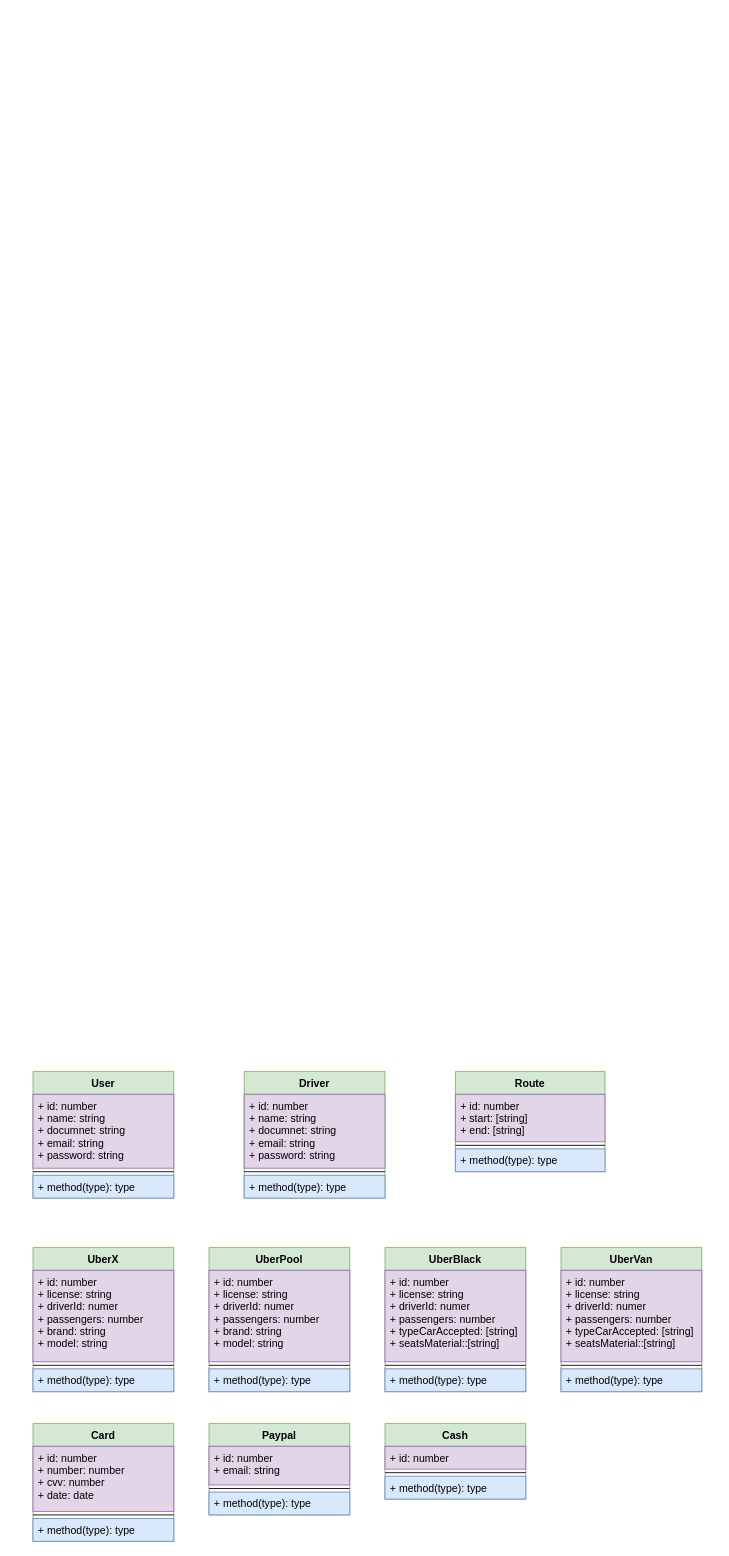
fabiandres88/TypeScript keeps this draw.io diagram as oopTutorial/Untitled Diagram.drawio. Above is the earlier version. Source tidied: cells renumbered, new cells numbered last; positions are measured from the earlier drawing's top-left corner, leaving out a move shared by most shapes. Both pictures are drawn from the tidied source at 88%, with x=0, y=0 at pixel (33, 1071).
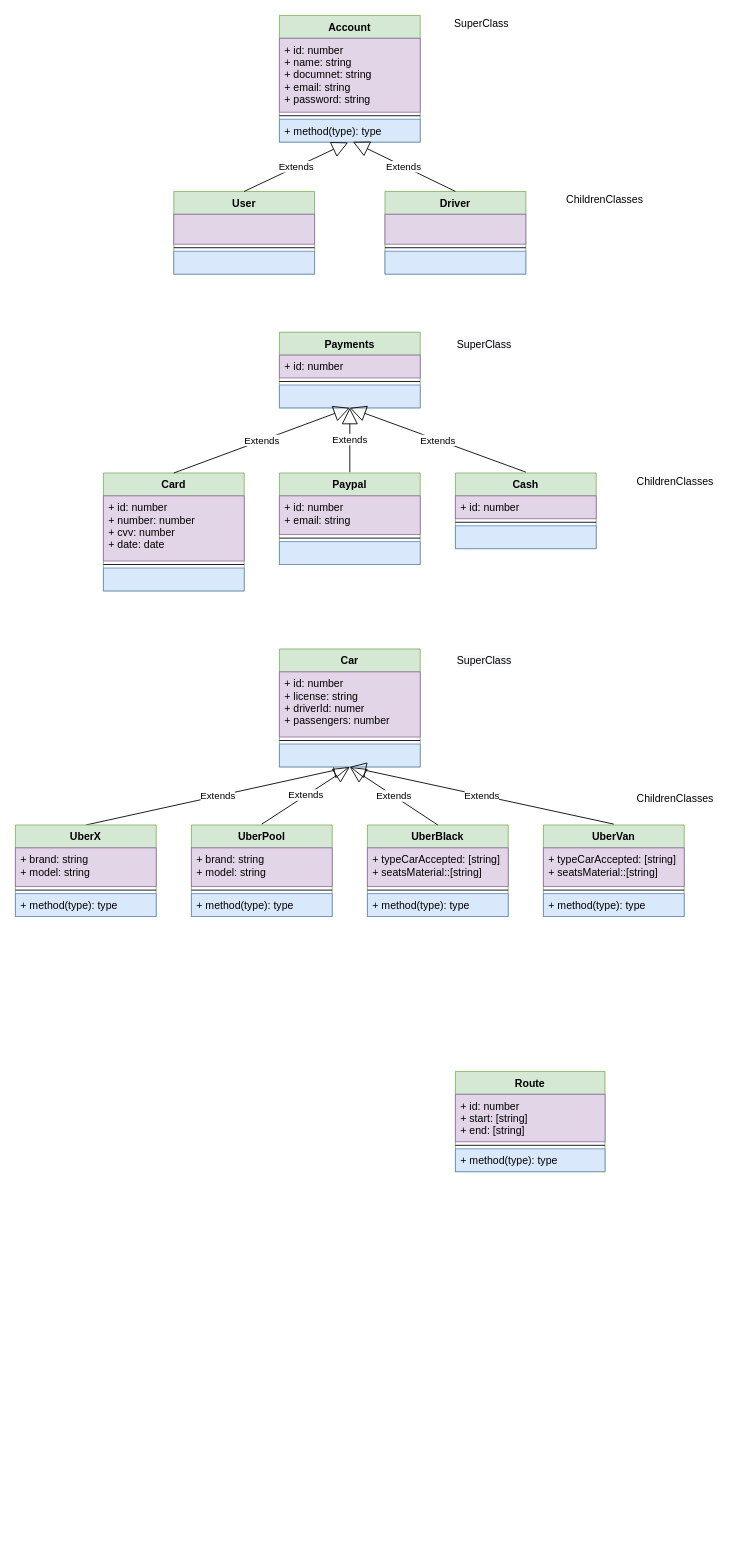
The same diagram, later.

Commit message:
feat: inheritance applied

The edit, as a diff of the source:
```diff
@@
     <mxCell id="2" value="User" style="swimlane;fontStyle=1;align=center;verticalAlign=top;horizontal=1;startSize=26;fillColor=#d5e8d4;strokeColor=#82b366;" parent="1" vertex="1">
-      <mxGeometry width="160" height="144" as="geometry" />
+      <mxGeometry x="160" y="-1000" width="160" height="94" as="geometry" />
     </mxCell>
-    <mxCell id="3" value="+ id: number&#10;+ name: string&#10;+ documnet: string&#10;+ email: string&#10;+ password: string" style="text;strokeColor=#9673a6;fillColor=#e1d5e7;align=left;verticalAlign=top;spacingLeft=4;spacingRight=4;overflow=hidden;" parent="2" vertex="1">
-      <mxGeometry y="26" width="160" height="84" as="geometry" />
+    <mxCell id="3" style="text;strokeColor=#9673a6;fillColor=#e1d5e7;align=left;verticalAlign=top;spacingLeft=4;spacingRight=4;overflow=hidden;" parent="2" vertex="1">
+      <mxGeometry y="26" width="160" height="34" as="geometry" />
     </mxCell>
     <mxCell id="4" style="line;strokeWidth=1;fillColor=none;align=left;verticalAlign=middle;spacingTop=-1;spacingLeft=3;spacingRight=3;labelPosition=right;" parent="2" vertex="1">
-      <mxGeometry y="110" width="160" height="8" as="geometry" />
+      <mxGeometry y="60" width="160" height="8" as="geometry" />
     </mxCell>
-    <mxCell id="5" value="+ method(type): type" style="text;strokeColor=#6c8ebf;fillColor=#dae8fc;align=left;verticalAlign=top;spacingLeft=4;spacingRight=4;overflow=hidden;" parent="2" vertex="1">
-      <mxGeometry y="118" width="160" height="26" as="geometry" />
+    <mxCell id="5" style="text;strokeColor=#6c8ebf;fillColor=#dae8fc;align=left;verticalAlign=top;spacingLeft=4;spacingRight=4;overflow=hidden;" parent="2" vertex="1">
+      <mxGeometry y="68" width="160" height="26" as="geometry" />
     </mxCell>
     <mxCell id="6" value="Driver" style="swimlane;fontStyle=1;align=center;verticalAlign=top;horizontal=1;startSize=26;fillColor=#d5e8d4;strokeColor=#82b366;" parent="1" vertex="1">
-      <mxGeometry x="240" width="160" height="144" as="geometry" />
+      <mxGeometry x="400" y="-1000" width="160" height="94" as="geometry" />
     </mxCell>
-    <mxCell id="7" value="+ id: number&#10;+ name: string&#10;+ documnet: string&#10;+ email: string&#10;+ password: string" style="text;strokeColor=#9673a6;fillColor=#e1d5e7;align=left;verticalAlign=top;spacingLeft=4;spacingRight=4;overflow=hidden;" parent="6" vertex="1">
-      <mxGeometry y="26" width="160" height="84" as="geometry" />
+    <mxCell id="7" style="text;strokeColor=#9673a6;fillColor=#e1d5e7;align=left;verticalAlign=top;spacingLeft=4;spacingRight=4;overflow=hidden;" parent="6" vertex="1">
+      <mxGeometry y="26" width="160" height="34" as="geometry" />
     </mxCell>
     <mxCell id="8" style="line;strokeWidth=1;fillColor=none;align=left;verticalAlign=middle;spacingTop=-1;spacingLeft=3;spacingRight=3;labelPosition=right;" parent="6" vertex="1">
-      <mxGeometry y="110" width="160" height="8" as="geometry" />
+      <mxGeometry y="60" width="160" height="8" as="geometry" />
     </mxCell>
-    <mxCell id="9" value="+ method(type): type" style="text;strokeColor=#6c8ebf;fillColor=#dae8fc;align=left;verticalAlign=top;spacingLeft=4;spacingRight=4;overflow=hidden;" parent="6" vertex="1">
-      <mxGeometry y="118" width="160" height="26" as="geometry" />
+    <mxCell id="9" style="text;strokeColor=#6c8ebf;fillColor=#dae8fc;align=left;verticalAlign=top;spacingLeft=4;spacingRight=4;overflow=hidden;" parent="6" vertex="1">
+      <mxGeometry y="68" width="160" height="26" as="geometry" />
     </mxCell>
@@
     <mxCell id="14" value="UberPool" style="swimlane;fontStyle=1;align=center;verticalAlign=top;horizontal=1;startSize=26;fillColor=#d5e8d4;strokeColor=#82b366;" parent="1" vertex="1">
-      <mxGeometry x="200" y="200" width="160" height="164" as="geometry" />
+      <mxGeometry x="180" y="-280" width="160" height="104" as="geometry" />
     </mxCell>
+    <mxCell id="42" value="Extends" style="endArrow=block;endSize=16;endFill=0;html=1;entryX=0.5;entryY=1;entryDx=0;entryDy=0;" parent="14" edge="1" target="61">
+      <mxGeometry relative="1" as="geometry">
+        <mxPoint x="-120" as="sourcePoint" />
+      </mxGeometry>
+    </mxCell>
-    <mxCell id="15" value="+ id: number&#10;+ license: string&#10;+ driverId: numer&#10;+ passengers: number&#10;+ brand: string&#10;+ model: string" style="text;strokeColor=#9673a6;fillColor=#e1d5e7;align=left;verticalAlign=top;spacingLeft=4;spacingRight=4;overflow=hidden;" parent="14" vertex="1">
-      <mxGeometry y="26" width="160" height="104" as="geometry" />
+    <mxCell id="15" value="+ brand: string&#10;+ model: string" style="text;strokeColor=#9673a6;fillColor=#e1d5e7;align=left;verticalAlign=top;spacingLeft=4;spacingRight=4;overflow=hidden;" parent="14" vertex="1">
+      <mxGeometry y="26" width="160" height="44" as="geometry" />
     </mxCell>
     <mxCell id="16" style="line;strokeWidth=1;fillColor=none;align=left;verticalAlign=middle;spacingTop=-1;spacingLeft=3;spacingRight=3;labelPosition=right;" parent="14" vertex="1">
-      <mxGeometry y="130" width="160" height="8" as="geometry" />
+      <mxGeometry y="70" width="160" height="8" as="geometry" />
     </mxCell>
     <mxCell id="17" value="+ method(type): type" style="text;strokeColor=#6c8ebf;fillColor=#dae8fc;align=left;verticalAlign=top;spacingLeft=4;spacingRight=4;overflow=hidden;" parent="14" vertex="1">
-      <mxGeometry y="138" width="160" height="26" as="geometry" />
+      <mxGeometry y="78" width="160" height="26" as="geometry" />
     </mxCell>
     <mxCell id="18" value="UberX" style="swimlane;fontStyle=1;align=center;verticalAlign=top;horizontal=1;startSize=26;fillColor=#d5e8d4;strokeColor=#82b366;" parent="1" vertex="1">
-      <mxGeometry y="200" width="160" height="164" as="geometry" />
+      <mxGeometry x="-20" y="-280" width="160" height="104" as="geometry" />
     </mxCell>
-    <mxCell id="19" value="+ id: number&#10;+ license: string&#10;+ driverId: numer&#10;+ passengers: number&#10;+ brand: string&#10;+ model: string" style="text;strokeColor=#9673a6;fillColor=#e1d5e7;align=left;verticalAlign=top;spacingLeft=4;spacingRight=4;overflow=hidden;" parent="18" vertex="1">
-      <mxGeometry y="26" width="160" height="104" as="geometry" />
+    <mxCell id="19" value="+ brand: string&#10;+ model: string" style="text;strokeColor=#9673a6;fillColor=#e1d5e7;align=left;verticalAlign=top;spacingLeft=4;spacingRight=4;overflow=hidden;" parent="18" vertex="1">
+      <mxGeometry y="26" width="160" height="44" as="geometry" />
     </mxCell>
     <mxCell id="20" style="line;strokeWidth=1;fillColor=none;align=left;verticalAlign=middle;spacingTop=-1;spacingLeft=3;spacingRight=3;labelPosition=right;" parent="18" vertex="1">
-      <mxGeometry y="130" width="160" height="8" as="geometry" />
+      <mxGeometry y="70" width="160" height="8" as="geometry" />
     </mxCell>
     <mxCell id="21" value="+ method(type): type" style="text;strokeColor=#6c8ebf;fillColor=#dae8fc;align=left;verticalAlign=top;spacingLeft=4;spacingRight=4;overflow=hidden;" parent="18" vertex="1">
-      <mxGeometry y="138" width="160" height="26" as="geometry" />
+      <mxGeometry y="78" width="160" height="26" as="geometry" />
     </mxCell>
     <mxCell id="22" value="UberBlack" style="swimlane;fontStyle=1;align=center;verticalAlign=top;horizontal=1;startSize=26;fillColor=#d5e8d4;strokeColor=#82b366;" parent="1" vertex="1">
-      <mxGeometry x="400" y="200" width="160" height="164" as="geometry" />
+      <mxGeometry x="380" y="-280" width="160" height="104" as="geometry" />
     </mxCell>
-    <mxCell id="23" value="+ id: number&#10;+ license: string&#10;+ driverId: numer&#10;+ passengers: number&#10;+ typeCarAccepted: [string]&#10;+ seatsMaterial::[string]&#10;" style="text;strokeColor=#9673a6;fillColor=#e1d5e7;align=left;verticalAlign=top;spacingLeft=4;spacingRight=4;overflow=hidden;" parent="22" vertex="1">
-      <mxGeometry y="26" width="160" height="104" as="geometry" />
+    <mxCell id="23" value="+ typeCarAccepted: [string]&#10;+ seatsMaterial::[string]&#10;" style="text;strokeColor=#9673a6;fillColor=#e1d5e7;align=left;verticalAlign=top;spacingLeft=4;spacingRight=4;overflow=hidden;" parent="22" vertex="1">
+      <mxGeometry y="26" width="160" height="44" as="geometry" />
     </mxCell>
     <mxCell id="24" style="line;strokeWidth=1;fillColor=none;align=left;verticalAlign=middle;spacingTop=-1;spacingLeft=3;spacingRight=3;labelPosition=right;" parent="22" vertex="1">
-      <mxGeometry y="130" width="160" height="8" as="geometry" />
+      <mxGeometry y="70" width="160" height="8" as="geometry" />
     </mxCell>
     <mxCell id="25" value="+ method(type): type" style="text;strokeColor=#6c8ebf;fillColor=#dae8fc;align=left;verticalAlign=top;spacingLeft=4;spacingRight=4;overflow=hidden;" parent="22" vertex="1">
-      <mxGeometry y="138" width="160" height="26" as="geometry" />
+      <mxGeometry y="78" width="160" height="26" as="geometry" />
     </mxCell>
     <mxCell id="26" value="UberVan" style="swimlane;fontStyle=1;align=center;verticalAlign=top;horizontal=1;startSize=26;fillColor=#d5e8d4;strokeColor=#82b366;" parent="1" vertex="1">
-      <mxGeometry x="600" y="200" width="160" height="164" as="geometry" />
+      <mxGeometry x="580" y="-280" width="160" height="104" as="geometry" />
     </mxCell>
+    <mxCell id="43" value="Extends" style="endArrow=block;endSize=16;endFill=0;html=1;entryX=0.5;entryY=1;entryDx=0;entryDy=0;" parent="26" edge="1" target="61">
+      <mxGeometry relative="1" as="geometry">
+        <mxPoint x="-120" as="sourcePoint" />
+      </mxGeometry>
+    </mxCell>
-    <mxCell id="27" value="+ id: number&#10;+ license: string&#10;+ driverId: numer&#10;+ passengers: number&#10;+ typeCarAccepted: [string]&#10;+ seatsMaterial::[string]&#10;" style="text;strokeColor=#9673a6;fillColor=#e1d5e7;align=left;verticalAlign=top;spacingLeft=4;spacingRight=4;overflow=hidden;" parent="26" vertex="1">
-      <mxGeometry y="26" width="160" height="104" as="geometry" />
+    <mxCell id="27" value="+ typeCarAccepted: [string]&#10;+ seatsMaterial::[string]&#10;" style="text;strokeColor=#9673a6;fillColor=#e1d5e7;align=left;verticalAlign=top;spacingLeft=4;spacingRight=4;overflow=hidden;" parent="26" vertex="1">
+      <mxGeometry y="26" width="160" height="44" as="geometry" />
     </mxCell>
     <mxCell id="28" style="line;strokeWidth=1;fillColor=none;align=left;verticalAlign=middle;spacingTop=-1;spacingLeft=3;spacingRight=3;labelPosition=right;" parent="26" vertex="1">
-      <mxGeometry y="130" width="160" height="8" as="geometry" />
+      <mxGeometry y="70" width="160" height="8" as="geometry" />
     </mxCell>
     <mxCell id="29" value="+ method(type): type" style="text;strokeColor=#6c8ebf;fillColor=#dae8fc;align=left;verticalAlign=top;spacingLeft=4;spacingRight=4;overflow=hidden;" parent="26" vertex="1">
-      <mxGeometry y="138" width="160" height="26" as="geometry" />
+      <mxGeometry y="78" width="160" height="26" as="geometry" />
     </mxCell>
     <mxCell id="30" value="Card" style="swimlane;fontStyle=1;align=center;verticalAlign=top;horizontal=1;startSize=26;fillColor=#d5e8d4;strokeColor=#82b366;" parent="1" vertex="1">
-      <mxGeometry y="400" width="160" height="134" as="geometry" />
+      <mxGeometry x="80" y="-680" width="160" height="134" as="geometry" />
     </mxCell>
@@
-    <mxCell id="33" value="+ method(type): type" style="text;strokeColor=#6c8ebf;fillColor=#dae8fc;align=left;verticalAlign=top;spacingLeft=4;spacingRight=4;overflow=hidden;" parent="30" vertex="1">
+    <mxCell id="33" style="text;strokeColor=#6c8ebf;fillColor=#dae8fc;align=left;verticalAlign=top;spacingLeft=4;spacingRight=4;overflow=hidden;" parent="30" vertex="1">
       <mxGeometry y="108" width="160" height="26" as="geometry" />
     </mxCell>
     <mxCell id="34" value="Paypal" style="swimlane;fontStyle=1;align=center;verticalAlign=top;horizontal=1;startSize=26;fillColor=#d5e8d4;strokeColor=#82b366;" parent="1" vertex="1">
-      <mxGeometry x="200" y="400" width="160" height="104" as="geometry" />
+      <mxGeometry x="280" y="-680" width="160" height="104" as="geometry" />
     </mxCell>
@@
-    <mxCell id="37" value="+ method(type): type" style="text;strokeColor=#6c8ebf;fillColor=#dae8fc;align=left;verticalAlign=top;spacingLeft=4;spacingRight=4;overflow=hidden;" parent="34" vertex="1">
+    <mxCell id="37" style="text;strokeColor=#6c8ebf;fillColor=#dae8fc;align=left;verticalAlign=top;spacingLeft=4;spacingRight=4;overflow=hidden;" parent="34" vertex="1">
       <mxGeometry y="78" width="160" height="26" as="geometry" />
     </mxCell>
     <mxCell id="38" value="Cash" style="swimlane;fontStyle=1;align=center;verticalAlign=top;horizontal=1;startSize=26;fillColor=#d5e8d4;strokeColor=#82b366;" parent="1" vertex="1">
-      <mxGeometry x="400" y="400" width="160" height="86" as="geometry" />
+      <mxGeometry x="480" y="-680" width="160" height="86" as="geometry" />
     </mxCell>
@@
-    <mxCell id="41" value="+ method(type): type" style="text;strokeColor=#6c8ebf;fillColor=#dae8fc;align=left;verticalAlign=top;spacingLeft=4;spacingRight=4;overflow=hidden;" parent="38" vertex="1">
+    <mxCell id="41" style="text;strokeColor=#6c8ebf;fillColor=#dae8fc;align=left;verticalAlign=top;spacingLeft=4;spacingRight=4;overflow=hidden;" parent="38" vertex="1">
       <mxGeometry y="60" width="160" height="26" as="geometry" />
     </mxCell>
+    <mxCell id="44" value="Account" style="swimlane;fontStyle=1;align=center;verticalAlign=top;horizontal=1;startSize=26;fillColor=#d5e8d4;strokeColor=#82b366;" parent="1" vertex="1">
+      <mxGeometry x="280" y="-1200" width="160" height="144" as="geometry" />
+    </mxCell>
+    <mxCell id="45" value="+ id: number&#10;+ name: string&#10;+ documnet: string&#10;+ email: string&#10;+ password: string" style="text;strokeColor=#9673a6;fillColor=#e1d5e7;align=left;verticalAlign=top;spacingLeft=4;spacingRight=4;overflow=hidden;" parent="44" vertex="1">
+      <mxGeometry y="26" width="160" height="84" as="geometry" />
+    </mxCell>
+    <mxCell id="46" style="line;strokeWidth=1;fillColor=none;align=left;verticalAlign=middle;spacingTop=-1;spacingLeft=3;spacingRight=3;labelPosition=right;" parent="44" vertex="1">
+      <mxGeometry y="110" width="160" height="8" as="geometry" />
+    </mxCell>
+    <mxCell id="47" value="+ method(type): type" style="text;strokeColor=#6c8ebf;fillColor=#dae8fc;align=left;verticalAlign=top;spacingLeft=4;spacingRight=4;overflow=hidden;points=[[0,0.5],[1,0.5]];portConstraint=eastwest;" parent="44" vertex="1">
+      <mxGeometry y="118" width="160" height="26" as="geometry" />
+    </mxCell>
+    <mxCell id="48" value="Extends" style="endArrow=block;endSize=16;endFill=0;html=1;exitX=0.5;exitY=0;exitDx=0;exitDy=0;entryX=0.488;entryY=1.015;entryDx=0;entryDy=0;entryPerimeter=0;" parent="1" edge="1" source="2" target="47">
+      <mxGeometry relative="1" as="geometry" />
+    </mxCell>
+    <mxCell id="49" value="Extends" style="endArrow=block;endSize=16;endFill=0;html=1;exitX=0.5;exitY=0;exitDx=0;exitDy=0;entryX=0.522;entryY=0.985;entryDx=0;entryDy=0;entryPerimeter=0;" parent="1" edge="1" source="6" target="47">
+      <mxGeometry relative="1" as="geometry" />
+    </mxCell>
+    <mxCell id="50" value="Payments" style="swimlane;fontStyle=1;align=center;verticalAlign=top;horizontal=1;startSize=26;fillColor=#d5e8d4;strokeColor=#82b366;" parent="1" vertex="1">
+      <mxGeometry x="280" y="-840" width="160" height="86" as="geometry" />
+    </mxCell>
+    <mxCell id="51" value="+ id: number" style="text;strokeColor=#9673a6;fillColor=#e1d5e7;align=left;verticalAlign=top;spacingLeft=4;spacingRight=4;overflow=hidden;" parent="50" vertex="1">
+      <mxGeometry y="26" width="160" height="26" as="geometry" />
+    </mxCell>
+    <mxCell id="52" style="line;strokeWidth=1;fillColor=none;align=left;verticalAlign=middle;spacingTop=-1;spacingLeft=3;spacingRight=3;labelPosition=right;" parent="50" vertex="1">
+      <mxGeometry y="52" width="160" height="8" as="geometry" />
+    </mxCell>
+    <mxCell id="53" style="text;strokeColor=#6c8ebf;fillColor=#dae8fc;align=left;verticalAlign=top;spacingLeft=4;spacingRight=4;overflow=hidden;" parent="50" vertex="1">
+      <mxGeometry y="60" width="160" height="26" as="geometry" />
+    </mxCell>
+    <mxCell id="54" value="Extends" style="endArrow=block;endSize=16;endFill=0;html=1;entryX=0.5;entryY=1;entryDx=0;entryDy=0;" parent="1" edge="1" target="50">
+      <mxGeometry relative="1" as="geometry">
+        <mxPoint x="160" y="-680" as="sourcePoint" />
+      </mxGeometry>
+    </mxCell>
+    <mxCell id="55" value="Extends" style="endArrow=block;endSize=16;endFill=0;html=1;entryX=0.5;entryY=1;entryDx=0;entryDy=0;" parent="1" edge="1" target="50">
+      <mxGeometry relative="1" as="geometry">
+        <mxPoint x="360" y="-681" as="sourcePoint" />
+      </mxGeometry>
+    </mxCell>
+    <mxCell id="56" value="Extends" style="endArrow=block;endSize=16;endFill=0;html=1;entryX=0.5;entryY=1;entryDx=0;entryDy=0;" parent="1" edge="1" target="50">
+      <mxGeometry relative="1" as="geometry">
+        <mxPoint x="560" y="-681" as="sourcePoint" />
+      </mxGeometry>
+    </mxCell>
+    <mxCell id="57" value="ChildrenClasses" style="text;html=1;strokeColor=none;fillColor=none;align=center;verticalAlign=middle;whiteSpace=wrap;rounded=0;" parent="1" vertex="1">
+      <mxGeometry x="630" y="-1000" width="40" height="20" as="geometry" />
+    </mxCell>
+    <mxCell id="58" value="SuperClass" style="text;html=1;strokeColor=none;fillColor=none;align=center;verticalAlign=middle;whiteSpace=wrap;rounded=0;" parent="1" vertex="1">
+      <mxGeometry x="480" y="-1200" width="60" height="20" as="geometry" />
+    </mxCell>
+    <mxCell id="59" value="&lt;span style=&quot;color: rgb(0, 0, 0); font-family: helvetica; font-size: 12px; font-style: normal; font-weight: 400; letter-spacing: normal; text-align: center; text-indent: 0px; text-transform: none; word-spacing: 0px; background-color: rgb(248, 249, 250); display: inline; float: none;&quot;&gt;SuperClass&lt;/span&gt;" style="text;whiteSpace=wrap;html=1;" parent="1" vertex="1">
+      <mxGeometry x="480" y="-840" width="90" height="30" as="geometry" />
+    </mxCell>
+    <mxCell id="60" value="ChildrenClasses" style="text;html=1;strokeColor=none;fillColor=none;align=center;verticalAlign=middle;whiteSpace=wrap;rounded=0;" parent="1" vertex="1">
+      <mxGeometry x="710" y="-680" width="40" height="20" as="geometry" />
+    </mxCell>
+    <mxCell id="61" value="Car" style="swimlane;fontStyle=1;align=center;verticalAlign=top;horizontal=1;startSize=26;fillColor=#d5e8d4;strokeColor=#82b366;" parent="1" vertex="1">
+      <mxGeometry x="280" y="-480" width="160" height="134" as="geometry" />
+    </mxCell>
+    <mxCell id="62" value="+ id: number&#10;+ license: string&#10;+ driverId: numer&#10;+ passengers: number" style="text;strokeColor=#9673a6;fillColor=#e1d5e7;align=left;verticalAlign=top;spacingLeft=4;spacingRight=4;overflow=hidden;" parent="61" vertex="1">
+      <mxGeometry y="26" width="160" height="74" as="geometry" />
+    </mxCell>
+    <mxCell id="63" style="line;strokeWidth=1;fillColor=none;align=left;verticalAlign=middle;spacingTop=-1;spacingLeft=3;spacingRight=3;labelPosition=right;" parent="61" vertex="1">
+      <mxGeometry y="100" width="160" height="8" as="geometry" />
+    </mxCell>
+    <mxCell id="64" style="text;strokeColor=#6c8ebf;fillColor=#dae8fc;align=left;verticalAlign=top;spacingLeft=4;spacingRight=4;overflow=hidden;" parent="61" vertex="1">
+      <mxGeometry y="108" width="160" height="26" as="geometry" />
+    </mxCell>
+    <mxCell id="65" value="Extends" style="endArrow=block;endSize=16;endFill=0;html=1;entryX=0.5;entryY=1;entryDx=0;entryDy=0;" parent="1" edge="1" target="61">
+      <mxGeometry relative="1" as="geometry">
+        <mxPoint x="260" y="-281" as="sourcePoint" />
+      </mxGeometry>
+    </mxCell>
+    <mxCell id="66" value="Extends" style="endArrow=block;endSize=16;endFill=0;html=1;entryX=0.5;entryY=1;entryDx=0;entryDy=0;" parent="1" edge="1" target="61">
+      <mxGeometry relative="1" as="geometry">
+        <mxPoint x="660" y="-281" as="sourcePoint" />
+      </mxGeometry>
+    </mxCell>
+    <mxCell id="67" value="&lt;span style=&quot;color: rgb(0, 0, 0); font-family: helvetica; font-size: 12px; font-style: normal; font-weight: 400; letter-spacing: normal; text-align: center; text-indent: 0px; text-transform: none; word-spacing: 0px; background-color: rgb(248, 249, 250); display: inline; float: none;&quot;&gt;SuperClass&lt;/span&gt;" style="text;whiteSpace=wrap;html=1;" parent="1" vertex="1">
+      <mxGeometry x="480" y="-480" width="90" height="30" as="geometry" />
+    </mxCell>
+    <mxCell id="68" value="ChildrenClasses" style="text;html=1;strokeColor=none;fillColor=none;align=center;verticalAlign=middle;whiteSpace=wrap;rounded=0;" parent="1" vertex="1">
+      <mxGeometry x="710" y="-320" width="40" height="20" as="geometry" />
+    </mxCell>
```
